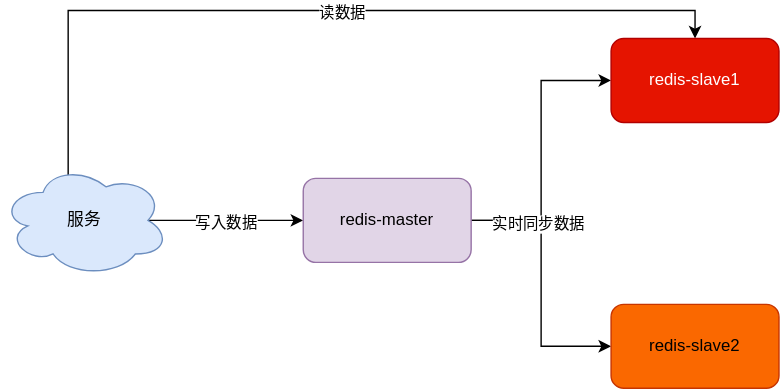
The draw.io diagram picture/blog/redis/redis-2.svg in LuFudi/LuFudi.github.io, before a commit. Source tidied: cells renumbered, new cells last; positions are measured from the earlier drawing's top-left corner, leaving out a move shared by most shapes.
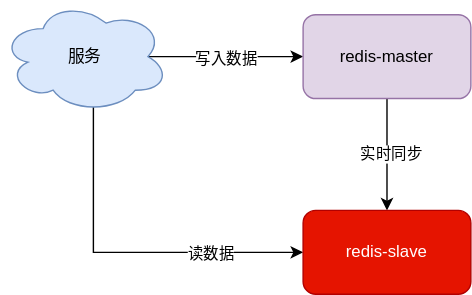
The same diagram one commit later.

Diff of the diagram source:
```diff
@@ -8,37 +8,30 @@
     <mxCell id="3" value="写入数据" style="edgeLabel;html=1;align=center;verticalAlign=middle;" parent="2" vertex="1">
       <mxGeometry y="-1" relative="1" as="geometry" />
     </mxCell>
-    <mxCell id="4" style="edgeStyle=orthogonalEdgeStyle;rounded=0;jettySize=auto;html=1;exitX=0.4;exitY=0.1;exitDx=0;exitDy=0;exitPerimeter=0;entryX=0.5;entryY=0;entryDx=0;entryDy=0;" parent="1" edge="1" source="6" target="11">
+    <mxCell id="4" style="edgeStyle=orthogonalEdgeStyle;rounded=0;jettySize=auto;html=1;exitX=0.55;exitY=0.95;exitDx=0;exitDy=0;exitPerimeter=0;entryX=0;entryY=0.5;entryDx=0;entryDy=0;" parent="1" edge="1" source="6" target="11">
       <mxGeometry relative="1" as="geometry">
         <Array as="points">
-          <mxPoint x="48" />
-          <mxPoint x="496" />
+          <mxPoint x="66" y="290" />
         </Array>
       </mxGeometry>
     </mxCell>
     <mxCell id="5" value="读数据" style="edgeLabel;html=1;align=center;verticalAlign=middle;" parent="4" vertex="1">
-      <mxGeometry x="0.07" y="-1" relative="1" as="geometry" />
+      <mxGeometry x="0.48" relative="1" as="geometry" />
     </mxCell>
     <mxCell id="6" value="服务" style="ellipse;shape=cloud;whiteSpace=wrap;html=1;fillColor=#dae8fc;strokeColor=#6c8ebf;" parent="1" vertex="1">
       <mxGeometry y="110" width="120" height="80" as="geometry" />
     </mxCell>
-    <mxCell id="7" style="edgeStyle=orthogonalEdgeStyle;rounded=0;jettySize=auto;html=1;exitX=1;exitY=0.5;exitDx=0;exitDy=0;entryX=0;entryY=0.5;entryDx=0;entryDy=0;" parent="1" edge="1" source="10" target="11">
+    <mxCell id="7" style="edgeStyle=orthogonalEdgeStyle;rounded=0;jettySize=auto;html=1;exitX=0.5;exitY=1;exitDx=0;exitDy=0;entryX=0.5;entryY=0;entryDx=0;entryDy=0;" parent="1" edge="1" source="10" target="11">
       <mxGeometry relative="1" as="geometry" />
     </mxCell>
-    <mxCell id="8" style="edgeStyle=orthogonalEdgeStyle;rounded=0;jettySize=auto;html=1;exitX=1;exitY=0.5;exitDx=0;exitDy=0;entryX=0;entryY=0.5;entryDx=0;entryDy=0;" parent="1" edge="1" source="10" target="12">
-      <mxGeometry relative="1" as="geometry" />
-    </mxCell>
-    <mxCell id="9" value="实时同步数据" style="edgeLabel;html=1;align=center;verticalAlign=middle;" parent="8" vertex="1">
-      <mxGeometry x="-0.5" y="-2" relative="1" as="geometry" />
-    </mxCell>
+    <mxCell id="13" value="实时同步" style="edgeLabel;html=1;align=center;verticalAlign=middle;" parent="7" vertex="1">
+      <mxGeometry x="-0.02" y="2" relative="1" as="geometry" />
+    </mxCell>
     <mxCell id="10" value="redis-master" style="rounded=1;whiteSpace=wrap;html=1;fillColor=#e1d5e7;strokeColor=#9673a6;" parent="1" vertex="1">
       <mxGeometry x="216" y="120" width="120" height="60" as="geometry" />
     </mxCell>
-    <mxCell id="11" value="redis-slave1" style="rounded=1;whiteSpace=wrap;html=1;fillColor=#e51400;strokeColor=#B20000;fontColor=#ffffff;" parent="1" vertex="1">
-      <mxGeometry x="436" y="20" width="120" height="60" as="geometry" />
+    <mxCell id="11" value="redis-slave" style="rounded=1;whiteSpace=wrap;html=1;fillColor=#e51400;strokeColor=#B20000;fontColor=#ffffff;" parent="1" vertex="1">
+      <mxGeometry x="216" y="260" width="120" height="60" as="geometry" />
     </mxCell>
-    <mxCell id="12" value="redis-slave2" style="rounded=1;whiteSpace=wrap;html=1;fillColor=#fa6800;strokeColor=#C73500;fontColor=#000000;" parent="1" vertex="1">
-      <mxGeometry x="436" y="210" width="120" height="60" as="geometry" />
-    </mxCell>
   </root>
 </mxGraphModel>
```
